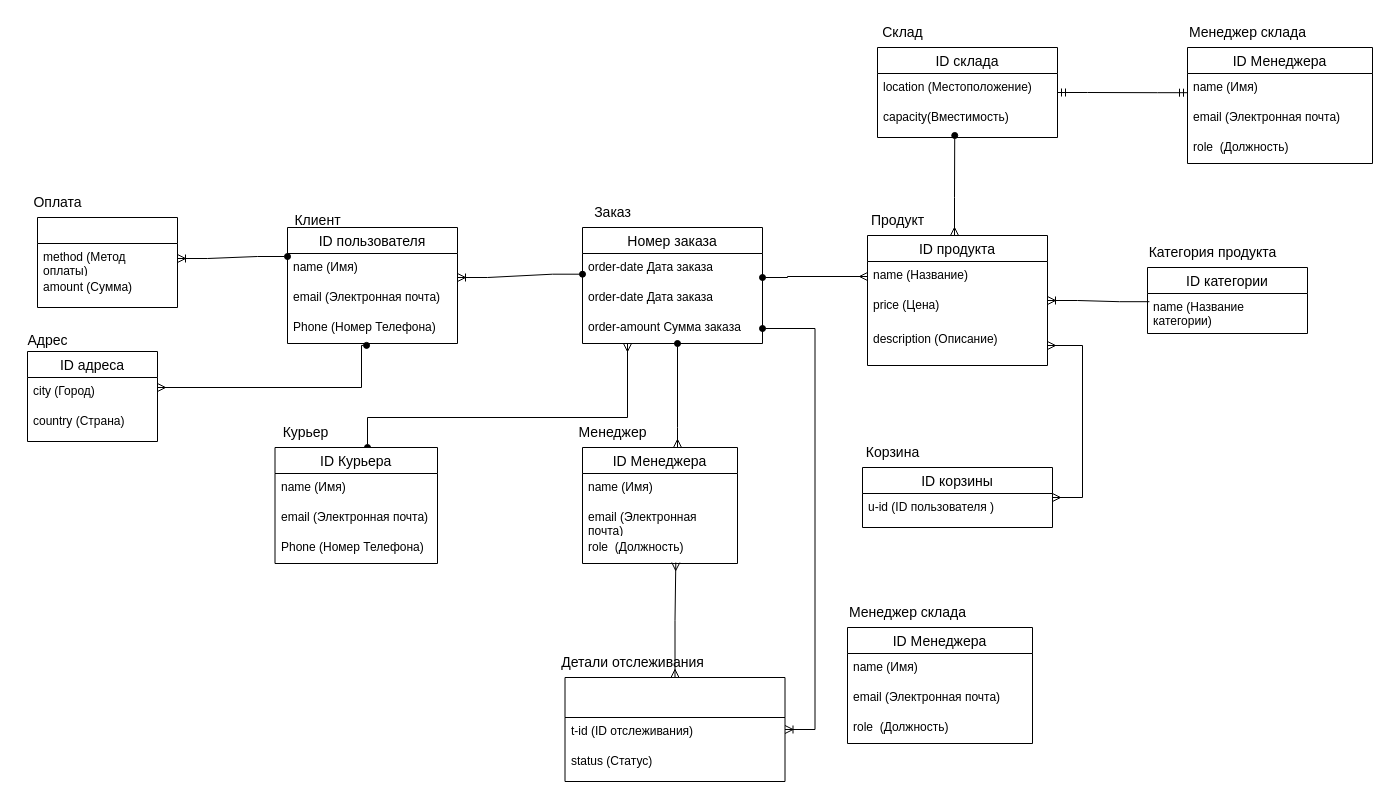
Before: obos_6th.drawio in mati-tech/draw.io, a draw.io diagram. Source tidied: cells renumbered, new cells numbered last; positions are measured from the earlier drawing's top-left corner, leaving out a move shared by most shapes. Both pictures are drawn from the tidied source at 100%, with x=0, y=0 at pixel (17, 17).
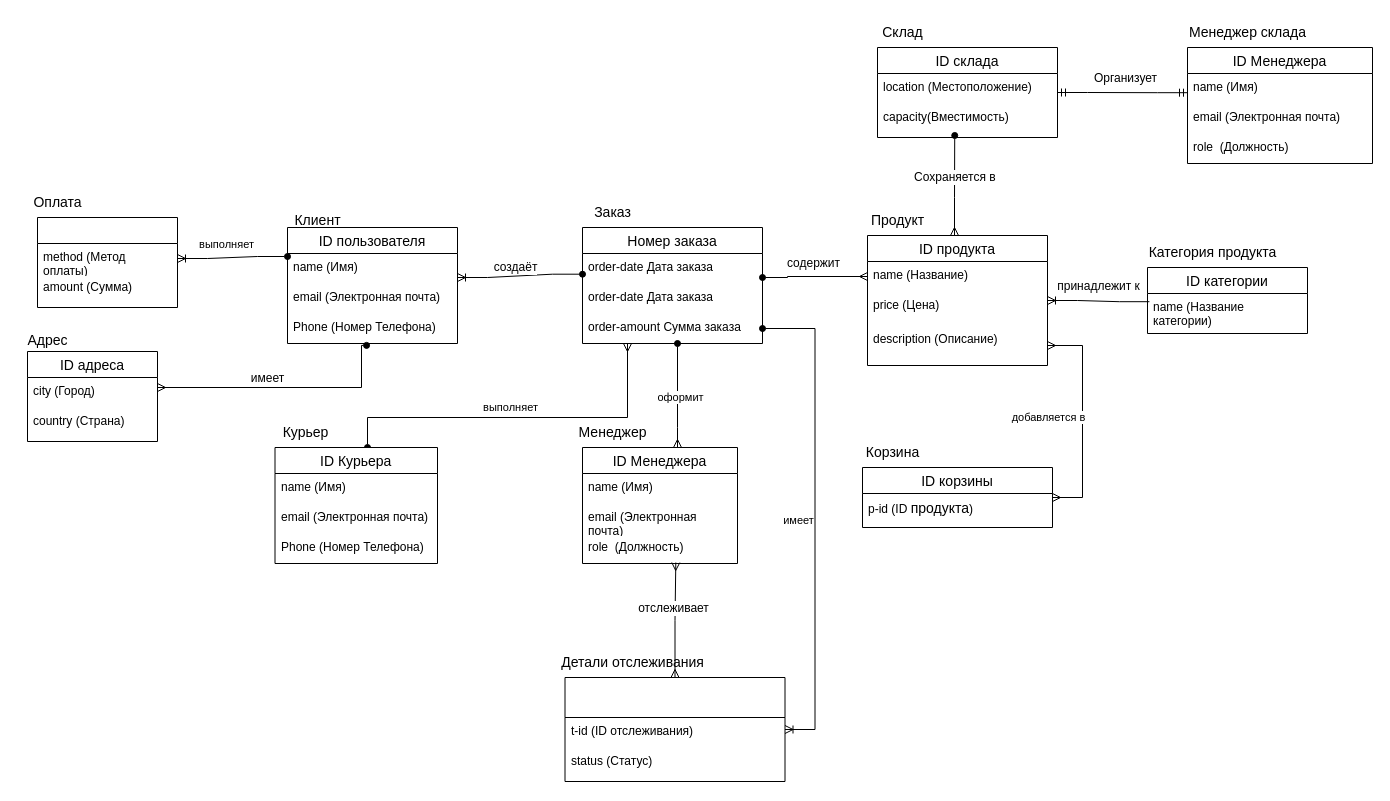
The same diagram, later.

Unchanged cells that the change refers to:
```xml
<mxCell id="6" style="edgeStyle=orthogonalEdgeStyle;rounded=0;jettySize=auto;html=1;entryX=0;entryY=0.5;entryDx=0;entryDy=0;startArrow=oval;startFill=1;endArrow=ERmany;endFill=0;" parent="1" edge="1" source="7">
  <mxGeometry relative="1" as="geometry">
    <mxPoint x="850" y="259" as="targetPoint" />
    <Array as="points">
      <mxPoint x="770" y="260" />
    </Array>
  </mxGeometry>
</mxCell>
<mxCell id="20" style="edgeStyle=orthogonalEdgeStyle;rounded=0;jettySize=auto;html=1;startArrow=ERmany;startFill=0;endArrow=oval;endFill=1;entryX=0.465;entryY=1.063;entryDx=0;entryDy=0;entryPerimeter=0;" parent="1" edge="1" source="21" target="5">
  <mxGeometry relative="1" as="geometry">
    <Array as="points">
      <mxPoint x="344" y="370" />
    </Array>
  </mxGeometry>
</mxCell>
<mxCell id="27" value="ID корзины" style="swimlane;fontStyle=0;horizontal=1;startSize=26;align=center;fontSize=14;" parent="1" vertex="1">
  <mxGeometry x="845" y="450" width="190" height="60" as="geometry" />
</mxCell>
<mxCell id="29" style="edgeStyle=entityRelationEdgeStyle;fontSize=12;html=1;endArrow=ERoneToMany;rounded=0;exitX=0;exitY=0.69;exitDx=0;exitDy=0;exitPerimeter=0;entryX=1;entryY=0.8;entryDx=0;entryDy=0;startArrow=oval;startFill=1;entryPerimeter=0;" parent="1" edge="1" source="8" target="3">
  <mxGeometry relative="1" as="geometry">
    <Array as="points">
      <mxPoint x="440" y="270" />
    </Array>
  </mxGeometry>
</mxCell>
<mxCell id="30" style="edgeStyle=entityRelationEdgeStyle;fontSize=12;html=1;endArrow=ERoneToMany;rounded=0;exitX=0;exitY=0.25;exitDx=0;exitDy=0;entryX=1;entryY=0.5;entryDx=0;entryDy=0;startArrow=oval;startFill=1;" parent="1" edge="1" source="2" target="18">
  <mxGeometry relative="1" as="geometry">
    <Array as="points">
      <mxPoint x="230" y="236" />
      <mxPoint x="140" y="230" />
      <mxPoint x="130" y="236" />
      <mxPoint x="230" y="290" />
      <mxPoint x="230" y="310" />
      <mxPoint x="110" y="230" />
    </Array>
  </mxGeometry>
</mxCell>
<mxCell id="31" style="edgeStyle=entityRelationEdgeStyle;fontSize=12;html=1;endArrow=ERoneToMany;rounded=0;startArrow=oval;startFill=1;" parent="1" edge="1" source="10" target="24">
  <mxGeometry relative="1" as="geometry">
    <Array as="points">
      <mxPoint x="250" y="256" />
      <mxPoint x="150" y="256" />
      <mxPoint x="250" y="310" />
      <mxPoint x="382" y="410" />
      <mxPoint x="390" y="420" />
      <mxPoint x="250" y="330" />
      <mxPoint x="130" y="250" />
    </Array>
  </mxGeometry>
</mxCell>
<mxCell id="32" style="edgeStyle=entityRelationEdgeStyle;fontSize=12;html=1;endArrow=ERoneToMany;rounded=0;exitX=0.012;exitY=0.205;exitDx=0;exitDy=0;exitPerimeter=0;" parent="1" edge="1" source="16" target="11">
  <mxGeometry relative="1" as="geometry">
    <Array as="points">
      <mxPoint x="1130" y="283" />
      <mxPoint x="1120" y="283" />
    </Array>
  </mxGeometry>
</mxCell>
<mxCell id="33" style="edgeStyle=entityRelationEdgeStyle;fontSize=12;html=1;endArrow=ERmany;startArrow=ERmany;rounded=0;" parent="1" edge="1" source="27" target="14">
  <mxGeometry relative="1" as="geometry">
    <Array as="points">
      <mxPoint x="1050" y="340" />
    </Array>
  </mxGeometry>
</mxCell>
<mxCell id="34" style="edgeStyle=orthogonalEdgeStyle;rounded=0;jettySize=auto;html=1;startArrow=ERmany;startFill=0;endArrow=oval;endFill=1;" parent="1" edge="1" source="35" target="10">
  <mxGeometry relative="1" as="geometry">
    <Array as="points">
      <mxPoint x="660" y="410" />
      <mxPoint x="660" y="410" />
    </Array>
  </mxGeometry>
</mxCell>
<mxCell id="39" style="edgeStyle=orthogonalEdgeStyle;rounded=0;jettySize=auto;html=1;endArrow=ERmany;endFill=0;startArrow=ERmany;startFill=0;entryX=0.602;entryY=0.968;entryDx=0;entryDy=0;entryPerimeter=0;" parent="1" edge="1" source="24" target="38">
  <mxGeometry relative="1" as="geometry" />
</mxCell>
<mxCell id="47" style="edgeStyle=orthogonalEdgeStyle;rounded=0;jettySize=auto;html=1;entryX=0.429;entryY=0.941;entryDx=0;entryDy=0;entryPerimeter=0;endArrow=oval;endFill=1;startArrow=ERmany;startFill=0;" parent="1" edge="1" source="11" target="42">
  <mxGeometry relative="1" as="geometry">
    <Array as="points">
      <mxPoint x="937" y="180" />
      <mxPoint x="937" y="180" />
    </Array>
  </mxGeometry>
</mxCell>
<mxCell id="48" style="edgeStyle=entityRelationEdgeStyle;fontSize=12;html=1;endArrow=ERmandOne;startArrow=ERmandOne;rounded=0;entryX=0;entryY=0.64;entryDx=0;entryDy=0;entryPerimeter=0;" parent="1" edge="1" source="40">
  <mxGeometry relative="1" as="geometry">
    <mxPoint x="1170" y="75.2" as="targetPoint" />
  </mxGeometry>
</mxCell>
```

Change to the diagram source:
```diff
@@
+    <mxCell id="71" value="&lt;font style=&quot;font-size: 12px;&quot;&gt;содержит&lt;/font&gt;" style="edgeLabel;html=1;align=center;verticalAlign=middle;" parent="6" vertex="1">
+      <mxGeometry x="-0.03" relative="1" as="geometry">
+        <mxPoint y="-14" as="offset" />
+      </mxGeometry>
+    </mxCell>
@@
+    <mxCell id="72" value="&lt;font style=&quot;font-size: 12px;&quot;&gt;имеет&lt;/font&gt;" style="edgeLabel;html=1;align=center;verticalAlign=middle;" parent="20" vertex="1">
+      <mxGeometry x="-0.13" y="3" relative="1" as="geometry">
+        <mxPoint y="-7" as="offset" />
+      </mxGeometry>
+    </mxCell>
@@
-    <mxCell id="28" value="u-id (&lt;span style=&quot;background-color: initial;&quot;&gt;ID пользователя&amp;nbsp;&lt;/span&gt;)&lt;div&gt;&lt;br&gt;&lt;/div&gt;" style="text;strokeColor=none;fillColor=none;spacingLeft=4;spacingRight=4;overflow=hidden;fontSize=12;whiteSpace=wrap;html=1;" parent="27" vertex="1">
+    <mxCell id="28" value="p-id (&lt;span style=&quot;background-color: initial;&quot;&gt;ID&amp;nbsp;&lt;/span&gt;&lt;span style=&quot;font-size: 14px; text-align: center; text-wrap-mode: nowrap;&quot;&gt;продукта&lt;/span&gt;)&lt;div&gt;&lt;br&gt;&lt;/div&gt;" style="text;strokeColor=none;fillColor=none;spacingLeft=4;spacingRight=4;overflow=hidden;fontSize=12;whiteSpace=wrap;html=1;" parent="27" vertex="1">
       <mxGeometry y="26" width="190" height="34" as="geometry" />
     </mxCell>
@@
+    <mxCell id="73" value="&lt;font style=&quot;font-size: 12px;&quot;&gt;создаёт&lt;/font&gt;" style="edgeLabel;html=1;align=center;verticalAlign=middle;" parent="29" vertex="1">
+      <mxGeometry x="0.07" y="-3" relative="1" as="geometry">
+        <mxPoint y="-6" as="offset" />
+      </mxGeometry>
+    </mxCell>
@@
+    <mxCell id="74" value="выполняет" style="edgeLabel;html=1;align=center;verticalAlign=middle;" parent="30" vertex="1">
+      <mxGeometry x="0.11" y="-3" relative="1" as="geometry">
+        <mxPoint y="-11" as="offset" />
+      </mxGeometry>
+    </mxCell>
@@
+    <mxCell id="75" value="имеет" style="edgeLabel;html=1;align=center;verticalAlign=middle;" parent="31" vertex="1">
+      <mxGeometry x="0.01" y="1" relative="1" as="geometry">
+        <mxPoint x="-18" as="offset" />
+      </mxGeometry>
+    </mxCell>
@@
+    <mxCell id="76" value="&lt;font style=&quot;font-size: 12px;&quot;&gt;принадлежит к&lt;/font&gt;" style="edgeLabel;html=1;align=center;verticalAlign=middle;" parent="32" vertex="1">
+      <mxGeometry x="0.2" y="-3" relative="1" as="geometry">
+        <mxPoint x="9" y="-12" as="offset" />
+      </mxGeometry>
+    </mxCell>
@@
+    <mxCell id="77" value="добавляется в" style="edgeLabel;html=1;align=center;verticalAlign=middle;" parent="33" vertex="1">
+      <mxGeometry x="0.03" y="-2" relative="1" as="geometry">
+        <mxPoint x="-37" y="1" as="offset" />
+      </mxGeometry>
+    </mxCell>
@@
+    <mxCell id="78" value="оформит" style="edgeLabel;html=1;align=center;verticalAlign=middle;" parent="34" vertex="1">
+      <mxGeometry x="-0.02" y="-2" relative="1" as="geometry" />
+    </mxCell>
@@
+    <mxCell id="79" value="&lt;font style=&quot;font-size: 12px;&quot;&gt;отслеживает&lt;/font&gt;" style="edgeLabel;html=1;align=center;verticalAlign=middle;" parent="39" vertex="1">
+      <mxGeometry x="-0.03" y="1" relative="1" as="geometry">
+        <mxPoint x="-1" y="-14" as="offset" />
+      </mxGeometry>
+    </mxCell>
@@
+    <mxCell id="80" value="&lt;font style=&quot;font-size: 12px;&quot;&gt;Сохраняется в&amp;nbsp;&lt;/font&gt;" style="edgeLabel;html=1;align=center;verticalAlign=middle;" parent="47" vertex="1">
+      <mxGeometry x="0.01" y="-1" relative="1" as="geometry">
+        <mxPoint y="-8" as="offset" />
+      </mxGeometry>
+    </mxCell>
@@
-    <mxCell id="49" value="ID Менеджера" style="swimlane;fontStyle=0;horizontal=1;startSize=26;align=center;fontSize=14;" parent="1" vertex="1">
-      <mxGeometry x="830" y="610" width="185" height="116" as="geometry" />
-    </mxCell>
-    <mxCell id="50" value="name (Имя)&lt;div&gt;&lt;br&gt;&lt;/div&gt;" style="text;strokeColor=none;fillColor=none;spacingLeft=4;spacingRight=4;overflow=hidden;fontSize=12;whiteSpace=wrap;html=1;" parent="49" vertex="1">
-      <mxGeometry y="26" width="185" height="30" as="geometry" />
-    </mxCell>
-    <mxCell id="51" value="email (Электронная почта)&lt;div&gt;&lt;br&gt;&lt;/div&gt;" style="text;strokeColor=none;fillColor=none;spacingLeft=4;spacingRight=4;overflow=hidden;fontSize=12;whiteSpace=wrap;html=1;" parent="49" vertex="1">
-      <mxGeometry y="56" width="185" height="30" as="geometry" />
-    </mxCell>
-    <mxCell id="52" value="role&amp;nbsp; (Должность)&lt;div&gt;&lt;br&gt;&lt;/div&gt;" style="text;strokeColor=none;fillColor=none;spacingLeft=4;spacingRight=4;overflow=hidden;fontSize=12;whiteSpace=wrap;html=1;" parent="49" vertex="1">
-      <mxGeometry y="86" width="185" height="30" as="geometry" />
-    </mxCell>
+    <mxCell id="81" value="&lt;font style=&quot;font-size: 12px;&quot;&gt;Организует&lt;/font&gt;" style="edgeLabel;html=1;align=center;verticalAlign=middle;" parent="48" vertex="1">
+      <mxGeometry x="0.04" y="-2" relative="1" as="geometry">
+        <mxPoint y="-17" as="offset" />
+      </mxGeometry>
+    </mxCell>
@@
-    <mxCell id="66" value="&lt;span style=&quot;font-size: 14px;&quot;&gt;Менеджер склада&lt;/span&gt;" style="text;html=1;align=center;verticalAlign=middle;strokeColor=none;fillColor=none;" parent="1" vertex="1">
-      <mxGeometry x="820" y="580" width="140" height="30" as="geometry" />
-    </mxCell>
@@
+    <mxCell id="82" value="выполняет" style="edgeLabel;html=1;align=center;verticalAlign=middle;" parent="1" vertex="1">
+      <mxGeometry x="230" y="230" as="geometry">
+        <mxPoint x="262" y="159" as="offset" />
+      </mxGeometry>
+    </mxCell>
```
